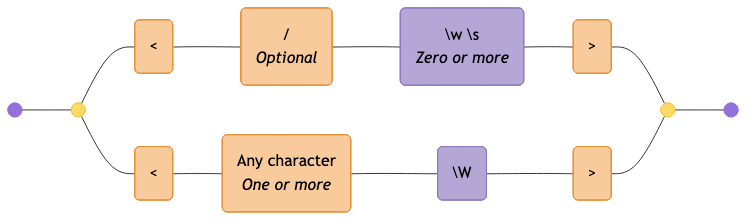
tayles/regex-to-mermaid keeps this Mermaid diagram as diagrams/html-tags.mermaid-diagram.png. Above is the earlier version. Its source is kept beside it as diagrams/html-tags.mermaid.
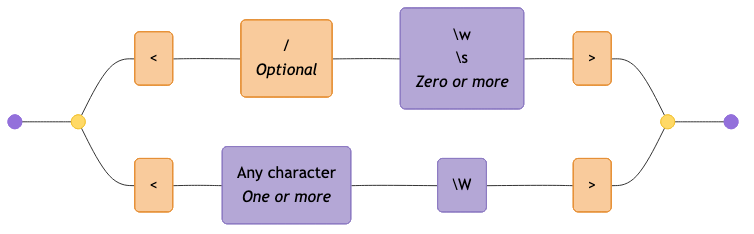
The same file after the commit.

What changed in the source:
```diff
@@ -1,19 +1,19 @@
 graph LR
   accTitle: "Regex: <\\/?[\\w\\s]*>|<.+[\\W]>"
-  accDescr: "Generated with regex-to-mermaid@1.0.4"
+  accDescr: "Generated with regex-to-mermaid@1.1.0"
 
   start@{ shape: f-circ };
   fin@{ shape: f-circ };
   disjunction_begin_1:::disjunction@{ shape: f-circ };
   disjunction_end_1:::disjunction@{ shape: f-circ };
   literal_1("<"):::literal;
-  literal_2("/<br><i>Optional</i>"):::literal;
-  char_class_1("\w \s<br><i>Zero or more</i>"):::char-class;
+  literal_2("\/<br><i>Optional</i>"):::literal;
+  char_class_1("\w<br>\s<br><i>Zero or more</i>"):::char-class;
   literal_3(">"):::literal;
   literal_4("<"):::literal;
-  literal_5("Any character<br><i>One or more</i>"):::literal;
-  char_class_2("\W"):::char-class;
-  literal_6(">"):::literal;
+  char_class_2("Any character<br><i>One or more</i>"):::char-class;
+  char_class_3("\W"):::char-class;
+  literal_5(">"):::literal;
 
   start --- disjunction_begin_1;
   disjunction_begin_1 --- literal_1;
@@ -22,10 +22,10 @@
   char_class_1 --- literal_3;
   literal_3 --- disjunction_end_1;
   disjunction_begin_1 --- literal_4;
-  literal_4 --- literal_5;
-  literal_5 --- char_class_2;
-  char_class_2 --- literal_6;
-  literal_6 --- disjunction_end_1;
+  literal_4 --- char_class_2;
+  char_class_2 --- char_class_3;
+  char_class_3 --- literal_5;
+  literal_5 --- disjunction_end_1;
   disjunction_end_1 --- fin;
 
   classDef disjunction fill:#FFD966,stroke:#F1C232,color:#000000;
```
